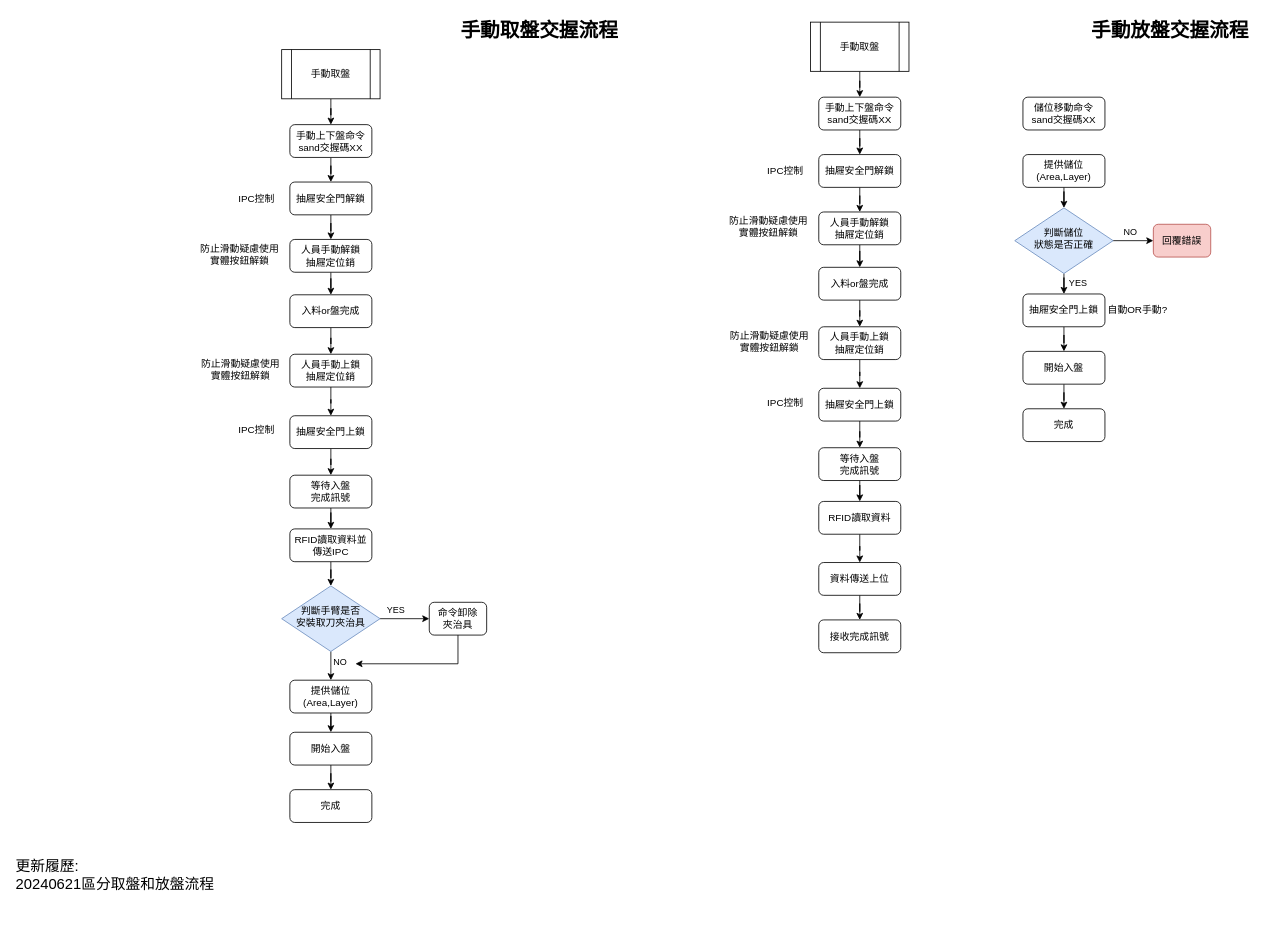
Before: page "手動取放盤" (5 of 6) of 上位系統交握流程.drawio in ChiangRyan/process-diagram, a draw.io diagram. Source tidied: cells renumbered, new cells numbered last; positions are measured from the earlier drawing's top-left corner, leaving out a move shared by most shapes. Both pictures are drawn from the tidied source at 82%, with x=0, y=0 at pixel (14, 14).
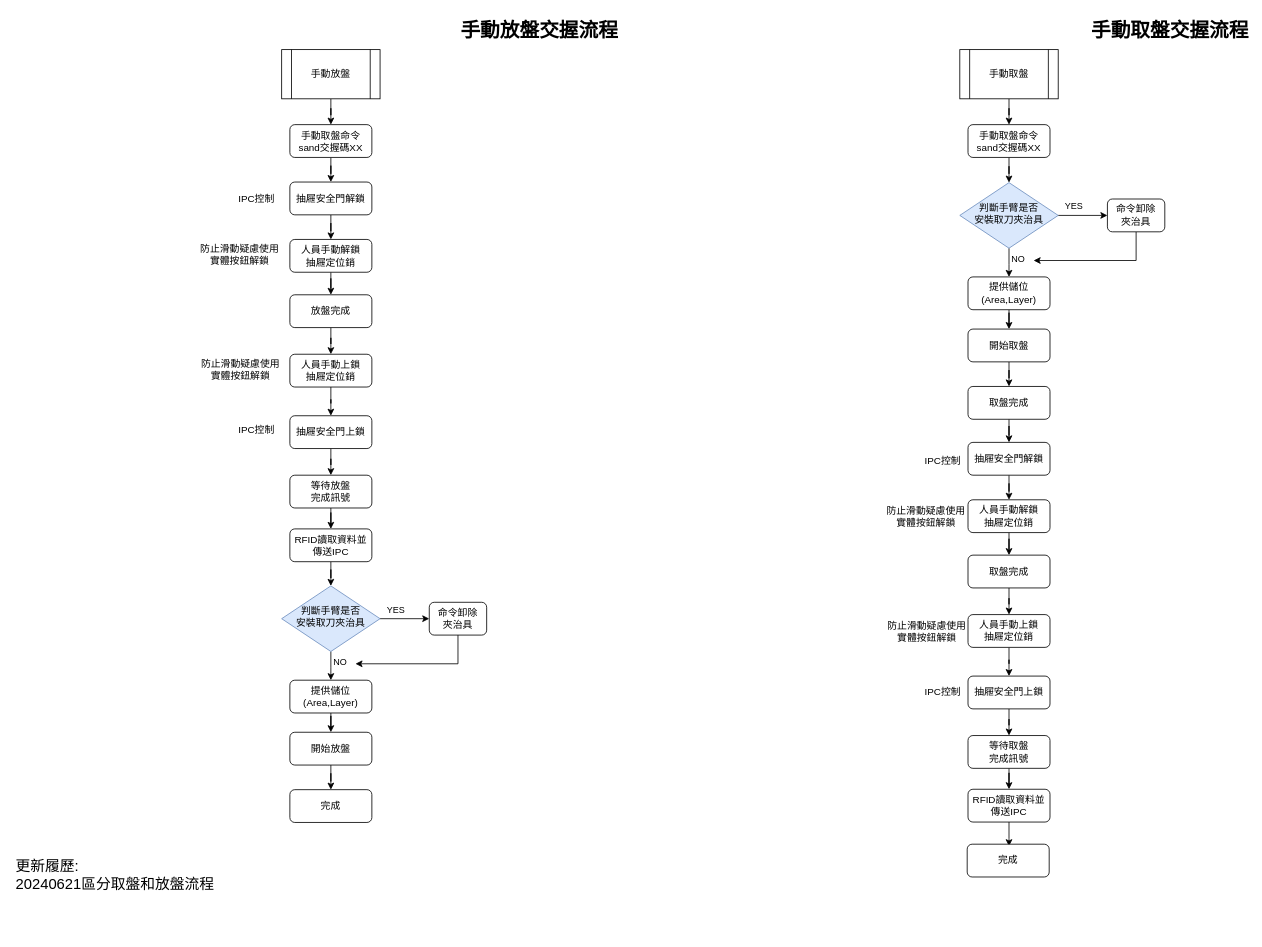
Above is the later version.

Commit message (it also covers changes not shown here):
更新上位系統交握流程.drawio

The edit, as a diff of the source:
```diff
@@
-    <mxCell id="4" value="手動取盤" style="shape=process;whiteSpace=wrap;html=1;backgroundOutline=1;" parent="1" vertex="1">
+    <mxCell id="4" value="手動放盤" style="shape=process;whiteSpace=wrap;html=1;backgroundOutline=1;" parent="1" vertex="1">
       <mxGeometry x="326" y="43" width="120" height="60" as="geometry" />
     </mxCell>
-    <mxCell id="5" value="手動取盤交握流程" style="text;strokeColor=none;fillColor=none;html=1;fontSize=24;fontStyle=1;verticalAlign=middle;align=center;" parent="1" vertex="1">
+    <mxCell id="5" value="手動放盤交握流程" style="text;strokeColor=none;fillColor=none;html=1;fontSize=24;fontStyle=1;verticalAlign=middle;align=center;" parent="1" vertex="1">
       <mxGeometry x="590" width="100" height="40" as="geometry" />
     </mxCell>
@@
-    <mxCell id="7" value="手動上下盤命令&lt;div&gt;sand交握碼XX&lt;/div&gt;" style="rounded=1;whiteSpace=wrap;html=1;fontSize=12;glass=0;strokeWidth=1;shadow=0;" parent="1" vertex="1">
+    <mxCell id="7" value="手動取盤命令&lt;div&gt;sand交握碼XX&lt;/div&gt;" style="rounded=1;whiteSpace=wrap;html=1;fontSize=12;glass=0;strokeWidth=1;shadow=0;" parent="1" vertex="1">
       <mxGeometry x="336" y="134.5" width="100" height="40" as="geometry" />
     </mxCell>
@@
-    <mxCell id="13" value="入料or盤完成" style="rounded=1;whiteSpace=wrap;html=1;fontSize=12;glass=0;strokeWidth=1;shadow=0;" parent="1" vertex="1">
+    <mxCell id="13" value="放盤完成" style="rounded=1;whiteSpace=wrap;html=1;fontSize=12;glass=0;strokeWidth=1;shadow=0;" parent="1" vertex="1">
       <mxGeometry x="336" y="342" width="100" height="40" as="geometry" />
     </mxCell>
@@
-    <mxCell id="20" value="開始入盤" style="rounded=1;whiteSpace=wrap;html=1;fontSize=12;glass=0;strokeWidth=1;shadow=0;" parent="1" vertex="1">
+    <mxCell id="20" value="開始放盤" style="rounded=1;whiteSpace=wrap;html=1;fontSize=12;glass=0;strokeWidth=1;shadow=0;" parent="1" vertex="1">
       <mxGeometry x="336" y="875.5" width="100" height="40" as="geometry" />
     </mxCell>
@@
-    <mxCell id="23" value="等待入盤&lt;div&gt;完成訊號&lt;/div&gt;" style="rounded=1;whiteSpace=wrap;html=1;fontSize=12;glass=0;strokeWidth=1;shadow=0;" parent="1" vertex="1">
+    <mxCell id="23" value="等待放盤&lt;div&gt;完成訊號&lt;/div&gt;" style="rounded=1;whiteSpace=wrap;html=1;fontSize=12;glass=0;strokeWidth=1;shadow=0;" parent="1" vertex="1">
       <mxGeometry x="336" y="562" width="100" height="40" as="geometry" />
     </mxCell>
@@
-    <mxCell id="30" value="IPC控制" style="text;html=1;align=center;verticalAlign=middle;whiteSpace=wrap;rounded=0;" parent="1" vertex="1">
-      <mxGeometry x="910" y="176" width="61" height="30" as="geometry" />
-    </mxCell>
-    <mxCell id="31" value="自動OR手動?" style="text;html=1;align=center;verticalAlign=middle;whiteSpace=wrap;rounded=0;" parent="1" vertex="1">
-      <mxGeometry x="1320" y="346" width="100" height="30" as="geometry" />
-    </mxCell>
-    <mxCell id="32" style="edgeStyle=orthogonalEdgeStyle;rounded=0;jettySize=auto;html=1;entryX=0.5;entryY=0;entryDx=0;entryDy=0;" parent="1" edge="1" source="33" target="36">
-      <mxGeometry relative="1" as="geometry" />
-    </mxCell>
-    <mxCell id="33" value="手動取盤" style="shape=process;whiteSpace=wrap;html=1;backgroundOutline=1;" parent="1" vertex="1">
-      <mxGeometry x="971" y="9.5" width="120" height="60" as="geometry" />
-    </mxCell>
-    <mxCell id="34" value="手動放盤交握流程" style="text;strokeColor=none;fillColor=none;html=1;fontSize=24;fontStyle=1;verticalAlign=middle;align=center;" parent="1" vertex="1">
+    <mxCell id="34" value="手動取盤交握流程" style="text;strokeColor=none;fillColor=none;html=1;fontSize=24;fontStyle=1;verticalAlign=middle;align=center;" parent="1" vertex="1">
       <mxGeometry x="1359" width="100" height="40" as="geometry" />
     </mxCell>
-    <mxCell id="35" style="edgeStyle=orthogonalEdgeStyle;rounded=0;jettySize=auto;html=1;entryX=0.5;entryY=0;entryDx=0;entryDy=0;" parent="1" edge="1" source="36" target="38">
-      <mxGeometry relative="1" as="geometry" />
-    </mxCell>
-    <mxCell id="36" value="手動上下盤命令&lt;div&gt;sand交握碼XX&lt;/div&gt;" style="rounded=1;whiteSpace=wrap;html=1;fontSize=12;glass=0;strokeWidth=1;shadow=0;" parent="1" vertex="1">
-      <mxGeometry x="981" y="101" width="100" height="40" as="geometry" />
-    </mxCell>
-    <mxCell id="37" style="edgeStyle=orthogonalEdgeStyle;rounded=0;jettySize=auto;html=1;entryX=0.5;entryY=0;entryDx=0;entryDy=0;" parent="1" edge="1" source="38" target="40">
-      <mxGeometry relative="1" as="geometry" />
-    </mxCell>
-    <mxCell id="38" value="抽屜安全門解鎖" style="rounded=1;whiteSpace=wrap;html=1;fontSize=12;glass=0;strokeWidth=1;shadow=0;" parent="1" vertex="1">
-      <mxGeometry x="981" y="171" width="100" height="40" as="geometry" />
-    </mxCell>
-    <mxCell id="39" style="edgeStyle=orthogonalEdgeStyle;rounded=0;jettySize=auto;html=1;entryX=0.5;entryY=0;entryDx=0;entryDy=0;" parent="1" edge="1" source="40" target="42">
-      <mxGeometry relative="1" as="geometry" />
-    </mxCell>
-    <mxCell id="40" value="人員手動解鎖&lt;div&gt;抽屜定位銷&lt;/div&gt;" style="rounded=1;whiteSpace=wrap;html=1;fontSize=12;glass=0;strokeWidth=1;shadow=0;" parent="1" vertex="1">
-      <mxGeometry x="981" y="241" width="100" height="40" as="geometry" />
-    </mxCell>
-    <mxCell id="41" style="edgeStyle=orthogonalEdgeStyle;rounded=0;jettySize=auto;html=1;entryX=0.5;entryY=0;entryDx=0;entryDy=0;" parent="1" edge="1" source="42" target="45">
-      <mxGeometry relative="1" as="geometry" />
-    </mxCell>
-    <mxCell id="42" value="入料or盤完成" style="rounded=1;whiteSpace=wrap;html=1;fontSize=12;glass=0;strokeWidth=1;shadow=0;" parent="1" vertex="1">
-      <mxGeometry x="981" y="308.5" width="100" height="40" as="geometry" />
-    </mxCell>
-    <mxCell id="43" value="防止滑動疑慮使用實體按鈕解鎖" style="text;html=1;align=center;verticalAlign=middle;whiteSpace=wrap;rounded=0;" parent="1" vertex="1">
-      <mxGeometry x="870" y="244" width="100" height="30" as="geometry" />
-    </mxCell>
-    <mxCell id="44" style="edgeStyle=orthogonalEdgeStyle;rounded=0;jettySize=auto;html=1;entryX=0.5;entryY=0;entryDx=0;entryDy=0;" parent="1" edge="1" source="45" target="68">
-      <mxGeometry relative="1" as="geometry" />
-    </mxCell>
-    <mxCell id="45" value="人員手動上鎖&lt;div&gt;抽屜定位銷&lt;/div&gt;" style="rounded=1;whiteSpace=wrap;html=1;fontSize=12;glass=0;strokeWidth=1;shadow=0;" parent="1" vertex="1">
-      <mxGeometry x="981" y="381" width="100" height="40" as="geometry" />
-    </mxCell>
-    <mxCell id="46" style="edgeStyle=orthogonalEdgeStyle;rounded=0;jettySize=auto;html=1;entryX=0.5;entryY=0;entryDx=0;entryDy=0;" parent="1" edge="1" source="47" target="49">
-      <mxGeometry relative="1" as="geometry" />
-    </mxCell>
-    <mxCell id="47" value="RFID讀取資料" style="rounded=1;whiteSpace=wrap;html=1;fontSize=12;glass=0;strokeWidth=1;shadow=0;" parent="1" vertex="1">
-      <mxGeometry x="981" y="594" width="100" height="40" as="geometry" />
-    </mxCell>
-    <mxCell id="48" style="edgeStyle=orthogonalEdgeStyle;rounded=0;jettySize=auto;html=1;entryX=0.5;entryY=0;entryDx=0;entryDy=0;" parent="1" edge="1" source="49" target="50">
-      <mxGeometry relative="1" as="geometry" />
-    </mxCell>
-    <mxCell id="49" value="資料傳送上位" style="rounded=1;whiteSpace=wrap;html=1;fontSize=12;glass=0;strokeWidth=1;shadow=0;" parent="1" vertex="1">
-      <mxGeometry x="981" y="668.5" width="100" height="40" as="geometry" />
-    </mxCell>
-    <mxCell id="50" value="接收完成訊號" style="rounded=1;whiteSpace=wrap;html=1;fontSize=12;glass=0;strokeWidth=1;shadow=0;" parent="1" vertex="1">
-      <mxGeometry x="981" y="738.5" width="100" height="40" as="geometry" />
-    </mxCell>
-    <mxCell id="51" style="edgeStyle=orthogonalEdgeStyle;rounded=0;jettySize=auto;html=1;entryX=0.5;entryY=0;entryDx=0;entryDy=0;" parent="1" edge="1" source="52" target="54">
-      <mxGeometry relative="1" as="geometry" />
-    </mxCell>
-    <mxCell id="52" value="抽屜安全門上鎖" style="rounded=1;whiteSpace=wrap;html=1;fontSize=12;glass=0;strokeWidth=1;shadow=0;" parent="1" vertex="1">
-      <mxGeometry x="1230" y="341" width="100" height="40" as="geometry" />
-    </mxCell>
-    <mxCell id="53" style="edgeStyle=orthogonalEdgeStyle;rounded=0;jettySize=auto;html=1;entryX=0.5;entryY=0;entryDx=0;entryDy=0;" parent="1" edge="1" source="54" target="55">
-      <mxGeometry relative="1" as="geometry" />
-    </mxCell>
-    <mxCell id="54" value="開始入盤" style="rounded=1;whiteSpace=wrap;html=1;fontSize=12;glass=0;strokeWidth=1;shadow=0;" parent="1" vertex="1">
-      <mxGeometry x="1230" y="411" width="100" height="40" as="geometry" />
-    </mxCell>
-    <mxCell id="55" value="完成" style="rounded=1;whiteSpace=wrap;html=1;fontSize=12;glass=0;strokeWidth=1;shadow=0;" parent="1" vertex="1">
-      <mxGeometry x="1230" y="481" width="100" height="40" as="geometry" />
-    </mxCell>
-    <mxCell id="56" style="edgeStyle=orthogonalEdgeStyle;rounded=0;jettySize=auto;html=1;entryX=0.5;entryY=0;entryDx=0;entryDy=0;" parent="1" edge="1" source="57" target="47">
-      <mxGeometry relative="1" as="geometry" />
-    </mxCell>
-    <mxCell id="57" value="等待入盤&lt;div&gt;完成訊號&lt;/div&gt;" style="rounded=1;whiteSpace=wrap;html=1;fontSize=12;glass=0;strokeWidth=1;shadow=0;" parent="1" vertex="1">
-      <mxGeometry x="981" y="528.5" width="100" height="40" as="geometry" />
-    </mxCell>
-    <mxCell id="58" style="edgeStyle=orthogonalEdgeStyle;rounded=0;jettySize=auto;html=1;entryX=0.5;entryY=0;entryDx=0;entryDy=0;" parent="1" edge="1" source="59" target="64">
-      <mxGeometry relative="1" as="geometry" />
-    </mxCell>
-    <mxCell id="59" value="提供儲位&lt;div&gt;(Area,Layer)&lt;/div&gt;" style="rounded=1;whiteSpace=wrap;html=1;fontSize=12;glass=0;strokeWidth=1;shadow=0;" parent="1" vertex="1">
-      <mxGeometry x="1230" y="171" width="100" height="40" as="geometry" />
-    </mxCell>
-    <mxCell id="60" style="edgeStyle=orthogonalEdgeStyle;rounded=0;jettySize=auto;html=1;entryX=0;entryY=0.5;entryDx=0;entryDy=0;" parent="1" edge="1" source="64" target="65">
-      <mxGeometry relative="1" as="geometry" />
-    </mxCell>
-    <mxCell id="61" value="NO" style="edgeLabel;html=1;align=center;verticalAlign=middle;" parent="60" vertex="1">
-      <mxGeometry x="-0.27" y="2" relative="1" as="geometry">
-        <mxPoint x="2" y="-9" as="offset" />
-      </mxGeometry>
-    </mxCell>
-    <mxCell id="62" style="edgeStyle=orthogonalEdgeStyle;rounded=0;jettySize=auto;html=1;entryX=0.5;entryY=0;entryDx=0;entryDy=0;" parent="1" edge="1" source="64" target="52">
-      <mxGeometry relative="1" as="geometry" />
-    </mxCell>
-    <mxCell id="63" value="YES" style="edgeLabel;html=1;align=center;verticalAlign=middle;" parent="62" vertex="1">
-      <mxGeometry x="-0.72" y="-1" relative="1" as="geometry">
-        <mxPoint x="17" y="3" as="offset" />
-      </mxGeometry>
-    </mxCell>
-    <mxCell id="64" value="判斷儲位&lt;div&gt;狀態是否正確&lt;/div&gt;" style="rhombus;whiteSpace=wrap;html=1;shadow=0;fontFamily=Helvetica;fontSize=12;align=center;strokeWidth=1;spacing=6;spacingTop=-4;fillColor=#dae8fc;strokeColor=#6c8ebf;" parent="1" vertex="1">
-      <mxGeometry x="1220" y="236" width="120" height="80" as="geometry" />
-    </mxCell>
-    <mxCell id="65" value="回覆錯誤" style="rounded=1;whiteSpace=wrap;html=1;fontSize=12;glass=0;strokeWidth=1;shadow=0;fillColor=#f8cecc;strokeColor=#b85450;" parent="1" vertex="1">
-      <mxGeometry x="1389" y="256" width="70" height="40" as="geometry" />
-    </mxCell>
-    <mxCell id="66" value="防止滑動疑慮使用實體按鈕解鎖" style="text;html=1;align=center;verticalAlign=middle;whiteSpace=wrap;rounded=0;" parent="1" vertex="1">
-      <mxGeometry x="871" y="384" width="100" height="30" as="geometry" />
-    </mxCell>
-    <mxCell id="67" style="edgeStyle=orthogonalEdgeStyle;rounded=0;jettySize=auto;html=1;entryX=0.5;entryY=0;entryDx=0;entryDy=0;" parent="1" edge="1" source="68" target="57">
-      <mxGeometry relative="1" as="geometry" />
-    </mxCell>
-    <mxCell id="68" value="抽屜安全門上鎖" style="rounded=1;whiteSpace=wrap;html=1;fontSize=12;glass=0;strokeWidth=1;shadow=0;" parent="1" vertex="1">
-      <mxGeometry x="981" y="456" width="100" height="40" as="geometry" />
-    </mxCell>
-    <mxCell id="69" value="IPC控制" style="text;html=1;align=center;verticalAlign=middle;whiteSpace=wrap;rounded=0;" parent="1" vertex="1">
-      <mxGeometry x="910" y="458.5" width="61" height="30" as="geometry" />
-    </mxCell>
-    <mxCell id="70" value="儲位移動命令&lt;div&gt;sand交握碼XX&lt;/div&gt;" style="rounded=1;whiteSpace=wrap;html=1;fontSize=12;glass=0;strokeWidth=1;shadow=0;" parent="1" vertex="1">
-      <mxGeometry x="1230" y="101" width="100" height="40" as="geometry" />
-    </mxCell>
@@
+    <mxCell id="78" value="IPC控制" style="text;html=1;align=center;verticalAlign=middle;whiteSpace=wrap;rounded=0;" parent="1" vertex="1">
+      <mxGeometry x="1102" y="529.5" width="61" height="30" as="geometry" />
+    </mxCell>
+    <mxCell id="79" style="edgeStyle=orthogonalEdgeStyle;rounded=0;jettySize=auto;html=1;entryX=0.5;entryY=0;entryDx=0;entryDy=0;" parent="1" edge="1" source="33" target="81">
+      <mxGeometry relative="1" as="geometry" />
+    </mxCell>
+    <mxCell id="33" value="手動取盤" style="shape=process;whiteSpace=wrap;html=1;backgroundOutline=1;" parent="1" vertex="1">
+      <mxGeometry x="1153" y="43" width="120" height="60" as="geometry" />
+    </mxCell>
+    <mxCell id="80" style="edgeStyle=orthogonalEdgeStyle;rounded=0;jettySize=auto;html=1;entryX=0.5;entryY=0;entryDx=0;entryDy=0;" parent="1" edge="1" source="81" target="101">
+      <mxGeometry relative="1" as="geometry" />
+    </mxCell>
+    <mxCell id="81" value="手動取盤命令&lt;div&gt;sand交握碼XX&lt;/div&gt;" style="rounded=1;whiteSpace=wrap;html=1;fontSize=12;glass=0;strokeWidth=1;shadow=0;" parent="1" vertex="1">
+      <mxGeometry x="1163" y="134.5" width="100" height="40" as="geometry" />
+    </mxCell>
+    <mxCell id="37" style="edgeStyle=orthogonalEdgeStyle;rounded=0;jettySize=auto;html=1;entryX=0.5;entryY=0;entryDx=0;entryDy=0;" parent="1" edge="1" source="38" target="40">
+      <mxGeometry relative="1" as="geometry" />
+    </mxCell>
+    <mxCell id="38" value="抽屜安全門解鎖" style="rounded=1;whiteSpace=wrap;html=1;fontSize=12;glass=0;strokeWidth=1;shadow=0;" parent="1" vertex="1">
+      <mxGeometry x="1163" y="522" width="100" height="40" as="geometry" />
+    </mxCell>
+    <mxCell id="82" style="edgeStyle=orthogonalEdgeStyle;rounded=0;jettySize=auto;html=1;entryX=0.5;entryY=0;entryDx=0;entryDy=0;" parent="1" edge="1" source="40" target="84">
+      <mxGeometry relative="1" as="geometry" />
+    </mxCell>
+    <mxCell id="40" value="人員手動解鎖&lt;div&gt;抽屜定位銷&lt;/div&gt;" style="rounded=1;whiteSpace=wrap;html=1;fontSize=12;glass=0;strokeWidth=1;shadow=0;" parent="1" vertex="1">
+      <mxGeometry x="1163" y="592" width="100" height="40" as="geometry" />
+    </mxCell>
+    <mxCell id="83" style="edgeStyle=orthogonalEdgeStyle;rounded=0;jettySize=auto;html=1;entryX=0.5;entryY=0;entryDx=0;entryDy=0;" parent="1" edge="1" source="84" target="45">
+      <mxGeometry relative="1" as="geometry" />
+    </mxCell>
+    <mxCell id="84" value="取盤完成" style="rounded=1;whiteSpace=wrap;html=1;fontSize=12;glass=0;strokeWidth=1;shadow=0;" parent="1" vertex="1">
+      <mxGeometry x="1163" y="659.5" width="100" height="40" as="geometry" />
+    </mxCell>
+    <mxCell id="85" value="防止滑動疑慮使用實體按鈕解鎖" style="text;html=1;align=center;verticalAlign=middle;whiteSpace=wrap;rounded=0;" parent="1" vertex="1">
+      <mxGeometry x="1062" y="597.5" width="100" height="30" as="geometry" />
+    </mxCell>
+    <mxCell id="86" style="edgeStyle=orthogonalEdgeStyle;rounded=0;jettySize=auto;html=1;entryX=0.5;entryY=0;entryDx=0;entryDy=0;" parent="1" edge="1" source="45" target="98">
+      <mxGeometry relative="1" as="geometry" />
+    </mxCell>
+    <mxCell id="45" value="人員手動上鎖&lt;div&gt;抽屜定位銷&lt;/div&gt;" style="rounded=1;whiteSpace=wrap;html=1;fontSize=12;glass=0;strokeWidth=1;shadow=0;" parent="1" vertex="1">
+      <mxGeometry x="1163" y="732" width="100" height="40" as="geometry" />
+    </mxCell>
+    <mxCell id="87" style="edgeStyle=orthogonalEdgeStyle;rounded=0;jettySize=auto;html=1;entryX=0.5;entryY=0;entryDx=0;entryDy=0;" parent="1" edge="1" source="88">
+      <mxGeometry relative="1" as="geometry">
+        <mxPoint x="1213" y="1014.5" as="targetPoint" />
+      </mxGeometry>
+    </mxCell>
+    <mxCell id="88" value="RFID讀取資料並傳送IPC" style="rounded=1;whiteSpace=wrap;html=1;fontSize=12;glass=0;strokeWidth=1;shadow=0;" parent="1" vertex="1">
+      <mxGeometry x="1163" y="945" width="100" height="40" as="geometry" />
+    </mxCell>
+    <mxCell id="89" style="edgeStyle=orthogonalEdgeStyle;rounded=0;jettySize=auto;html=1;entryX=0.5;entryY=0;entryDx=0;entryDy=0;" parent="1" edge="1" source="90" target="92">
+      <mxGeometry relative="1" as="geometry" />
+    </mxCell>
+    <mxCell id="90" value="開始取盤" style="rounded=1;whiteSpace=wrap;html=1;fontSize=12;glass=0;strokeWidth=1;shadow=0;" parent="1" vertex="1">
+      <mxGeometry x="1163" y="383.8" width="100" height="40" as="geometry" />
+    </mxCell>
+    <mxCell id="91" style="edgeStyle=orthogonalEdgeStyle;rounded=0;jettySize=auto;html=1;entryX=0.5;entryY=0;entryDx=0;entryDy=0;" parent="1" edge="1" source="92" target="38">
+      <mxGeometry relative="1" as="geometry" />
+    </mxCell>
+    <mxCell id="92" value="取盤完成" style="rounded=1;whiteSpace=wrap;html=1;fontSize=12;glass=0;strokeWidth=1;shadow=0;" parent="1" vertex="1">
+      <mxGeometry x="1163" y="453.8" width="100" height="40" as="geometry" />
+    </mxCell>
+    <mxCell id="93" style="edgeStyle=orthogonalEdgeStyle;rounded=0;jettySize=auto;html=1;entryX=0.5;entryY=0;entryDx=0;entryDy=0;" parent="1" edge="1" source="94" target="88">
+      <mxGeometry relative="1" as="geometry" />
+    </mxCell>
+    <mxCell id="94" value="等待取盤&lt;div&gt;完成訊號&lt;/div&gt;" style="rounded=1;whiteSpace=wrap;html=1;fontSize=12;glass=0;strokeWidth=1;shadow=0;" parent="1" vertex="1">
+      <mxGeometry x="1163" y="879.5" width="100" height="40" as="geometry" />
+    </mxCell>
+    <mxCell id="95" style="edgeStyle=orthogonalEdgeStyle;rounded=0;jettySize=auto;html=1;entryX=0.5;entryY=0;entryDx=0;entryDy=0;" parent="1" edge="1" source="59" target="90">
+      <mxGeometry relative="1" as="geometry" />
+    </mxCell>
+    <mxCell id="59" value="提供儲位&lt;div&gt;(Area,Layer)&lt;/div&gt;" style="rounded=1;whiteSpace=wrap;html=1;fontSize=12;glass=0;strokeWidth=1;shadow=0;" parent="1" vertex="1">
+      <mxGeometry x="1163" y="320.2" width="100" height="40" as="geometry" />
+    </mxCell>
+    <mxCell id="96" value="防止滑動疑慮使用實體按鈕解鎖" style="text;html=1;align=center;verticalAlign=middle;whiteSpace=wrap;rounded=0;" parent="1" vertex="1">
+      <mxGeometry x="1063" y="737.5" width="100" height="30" as="geometry" />
+    </mxCell>
+    <mxCell id="97" style="edgeStyle=orthogonalEdgeStyle;rounded=0;jettySize=auto;html=1;entryX=0.5;entryY=0;entryDx=0;entryDy=0;" parent="1" edge="1" source="98" target="94">
+      <mxGeometry relative="1" as="geometry" />
+    </mxCell>
+    <mxCell id="98" value="抽屜安全門上鎖" style="rounded=1;whiteSpace=wrap;html=1;fontSize=12;glass=0;strokeWidth=1;shadow=0;" parent="1" vertex="1">
+      <mxGeometry x="1163" y="807" width="100" height="40" as="geometry" />
+    </mxCell>
+    <mxCell id="99" value="IPC控制" style="text;html=1;align=center;verticalAlign=middle;whiteSpace=wrap;rounded=0;" parent="1" vertex="1">
+      <mxGeometry x="1102" y="812" width="61" height="30" as="geometry" />
+    </mxCell>
+    <mxCell id="63" value="YES" style="edgeStyle=orthogonalEdgeStyle;rounded=0;jettySize=auto;html=1;entryX=0;entryY=0.5;entryDx=0;entryDy=0;" parent="1" edge="1" source="101" target="103">
+      <mxGeometry x="-0.37" y="11" relative="1" as="geometry" />
+    </mxCell>
+    <mxCell id="100" style="edgeStyle=orthogonalEdgeStyle;rounded=0;jettySize=auto;html=1;entryX=0.5;entryY=0;entryDx=0;entryDy=0;" parent="1" edge="1" source="101">
+      <mxGeometry relative="1" as="geometry">
+        <mxPoint x="1213" y="320.2" as="targetPoint" />
+      </mxGeometry>
+    </mxCell>
+    <mxCell id="61" value="NO" style="edgeLabel;html=1;align=center;verticalAlign=middle;" parent="100" vertex="1">
+      <mxGeometry x="-0.47" relative="1" as="geometry">
+        <mxPoint x="10" y="3" as="offset" />
+      </mxGeometry>
+    </mxCell>
+    <mxCell id="101" value="判斷手臂是否&lt;div&gt;安裝取刀夾治具&lt;/div&gt;" style="rhombus;whiteSpace=wrap;html=1;shadow=0;fontFamily=Helvetica;fontSize=12;align=center;strokeWidth=1;spacing=6;spacingTop=-4;fillColor=#dae8fc;strokeColor=#6c8ebf;" parent="1" vertex="1">
+      <mxGeometry x="1153" y="205.2" width="120" height="80" as="geometry" />
+    </mxCell>
+    <mxCell id="102" style="edgeStyle=orthogonalEdgeStyle;rounded=0;jettySize=auto;html=1;exitX=0.5;exitY=1;exitDx=0;exitDy=0;" parent="1" edge="1" source="103">
+      <mxGeometry relative="1" as="geometry">
+        <mxPoint x="1243" y="300.2" as="targetPoint" />
+        <Array as="points">
+          <mxPoint x="1368" y="300.2" />
+        </Array>
+      </mxGeometry>
+    </mxCell>
+    <mxCell id="103" value="命令卸除&lt;div&gt;夾治具&lt;/div&gt;" style="rounded=1;whiteSpace=wrap;html=1;fontSize=12;glass=0;strokeWidth=1;shadow=0;" parent="1" vertex="1">
+      <mxGeometry x="1333" y="225.2" width="70" height="40" as="geometry" />
+    </mxCell>
+    <mxCell id="55" value="完成" style="rounded=1;whiteSpace=wrap;html=1;fontSize=12;glass=0;strokeWidth=1;shadow=0;" parent="1" vertex="1">
+      <mxGeometry x="1162" y="1012" width="100" height="40" as="geometry" />
+    </mxCell>
```
